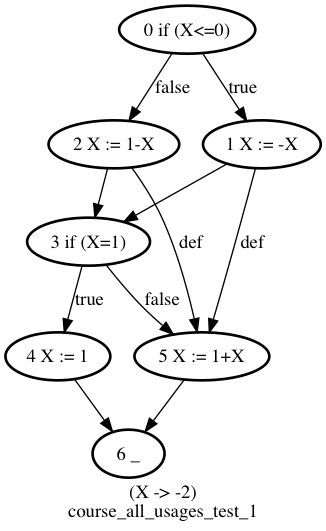
Earlier version of the Graphviz export graphs/course_all_usages_test_1.png (ghigi123/ivf). Its source is kept beside it as graphs/course_all_usages_test_1.dot.
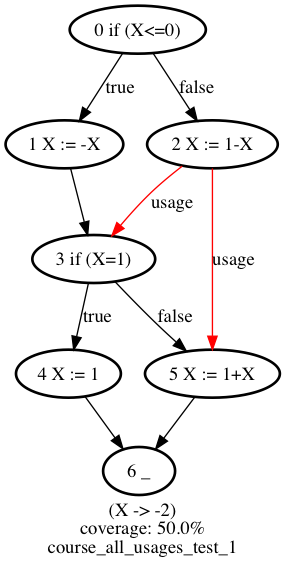
After the commit.

Change to the diagram source:
```diff
@@ -1,10 +1,10 @@
 digraph course_all_usages_test_1 {
 	label = "(X -> -2)
+coverage: 50.0%
 course_all_usages_test_1"
-	"1 X := -X" -> "5 X := 1+X" [label = def]
 	"1 X := -X" [style = bold]
+	"2 X := 1-X" -> "5 X := 1+X" [label = usage, color = red]
 	"1 X := -X" -> "3 if (X=1)"
-	"2 X := 1-X" -> "3 if (X=1)"
 	"4 X := 1" -> "6 _"
 	"5 X := 1+X" [style = bold]
 	"3 if (X=1)" [style = bold]
@@ -13,9 +13,9 @@
 	"2 X := 1-X" [style = bold]
 	"3 if (X=1)" -> "5 X := 1+X" [label = false]
 	"0 if (X<=0)" -> "1 X := -X" [label = true]
+	"2 X := 1-X" -> "3 if (X=1)" [label = usage, color = red]
 	"5 X := 1+X" -> "6 _"
 	"0 if (X<=0)" [style = bold]
-	"2 X := 1-X" -> "5 X := 1+X" [label = def]
 	"0 if (X<=0)" -> "2 X := 1-X" [label = false]
 	"3 if (X=1)" -> "4 X := 1" [label = true]
 }
```
